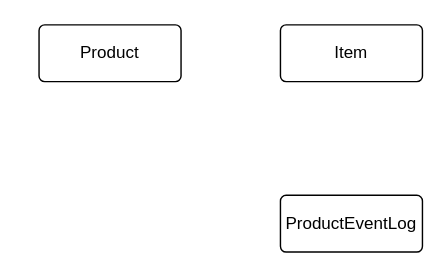
joseleonec/inventory-system keeps this draw.io diagram as model.drawio. Above is the earlier version. Source tidied: cells renumbered, new cells numbered last; positions are measured from the earlier drawing's top-left corner, leaving out a move shared by most shapes. Both pictures are drawn from the tidied source at 142%, with x=0, y=0 at pixel (38, 24).
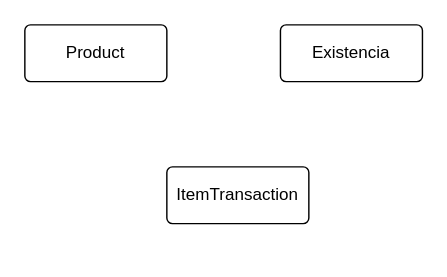
Above is the later version.

Commit message (it also covers changes not shown here):
Add .env configuration file and update model.drawio for entity adjustments

Change to the diagram source:
```diff
@@
 <mxGraphModel>
   <root>
     <mxCell id="0" />
     <mxCell id="1" parent="0" />
     <mxCell id="2" value="Product" style="rounded=1;arcSize=10;whiteSpace=wrap;html=1;align=center;" parent="1" vertex="1">
-      <mxGeometry width="100" height="40" as="geometry" />
+      <mxGeometry x="-10" width="100" height="40" as="geometry" />
     </mxCell>
-    <mxCell id="3" value="Item" style="rounded=1;arcSize=10;whiteSpace=wrap;html=1;align=center;" parent="1" vertex="1">
+    <mxCell id="3" value="Existencia" style="rounded=1;arcSize=10;whiteSpace=wrap;html=1;align=center;" parent="1" vertex="1">
       <mxGeometry x="170" width="100" height="40" as="geometry" />
     </mxCell>
-    <mxCell id="4" value="ProductEventLog" style="rounded=1;arcSize=10;whiteSpace=wrap;html=1;align=center;" parent="1" vertex="1">
-      <mxGeometry x="170" y="120" width="100" height="40" as="geometry" />
+    <mxCell id="4" value="ItemTransaction" style="rounded=1;arcSize=10;whiteSpace=wrap;html=1;align=center;" parent="1" vertex="1">
+      <mxGeometry x="90" y="100" width="100" height="40" as="geometry" />
     </mxCell>
   </root>
 </mxGraphModel>
```
